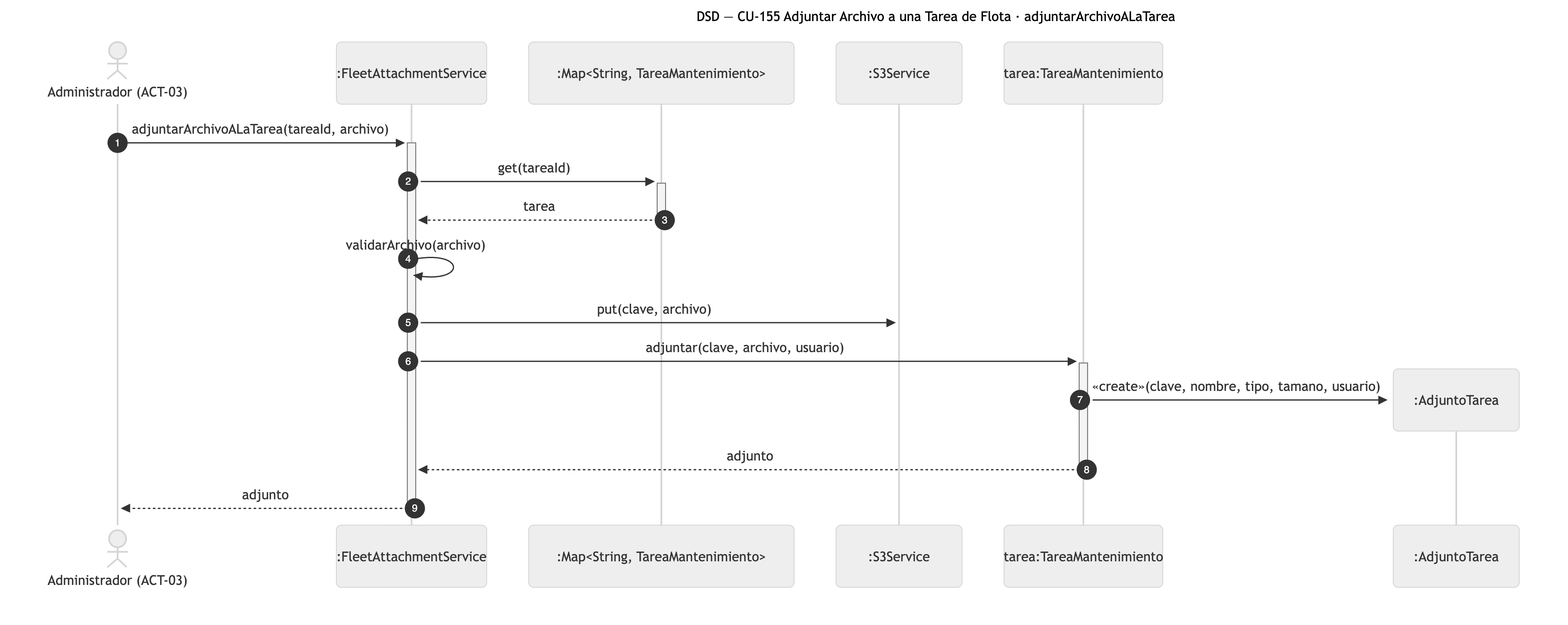
Above: diagramas/png/DSD_CU-155_adjuntarArchivoALaTarea.png in Nahuelito-Dev/splg-docs (Mermaid), before the change. Its source is kept beside it as diagramas/DSD_CU-155_adjuntarArchivoALaTarea.mmd. Its diagram source:
```mermaid
sequenceDiagram
    title DSD — CU-155 Adjuntar Archivo a una Tarea de Flota · adjuntarArchivoALaTarea
    autonumber
    actor ADM as Administrador (ACT-03)
    participant SRV as :FleetAttachmentService
    participant COL as :Map#lt;String, TareaMantenimiento#gt;
    participant S3 as :S3Service
    participant TAR as tarea:TareaMantenimiento

    ADM->>+SRV: adjuntarArchivoALaTarea(tareaId, archivo)
    SRV->>+COL: get(tareaId)
    COL-->>-SRV: tarea
    SRV->>SRV: validarArchivo(archivo)
    SRV->>S3: put(clave, archivo)
    SRV->>+TAR: adjuntar(clave, archivo, usuario)
    create participant ADJ as :AdjuntoTarea
    TAR->>ADJ: «create»(clave, nombre, tipo, tamano, usuario)
    TAR-->>-SRV: adjunto
    SRV-->>-ADM: adjunto
```
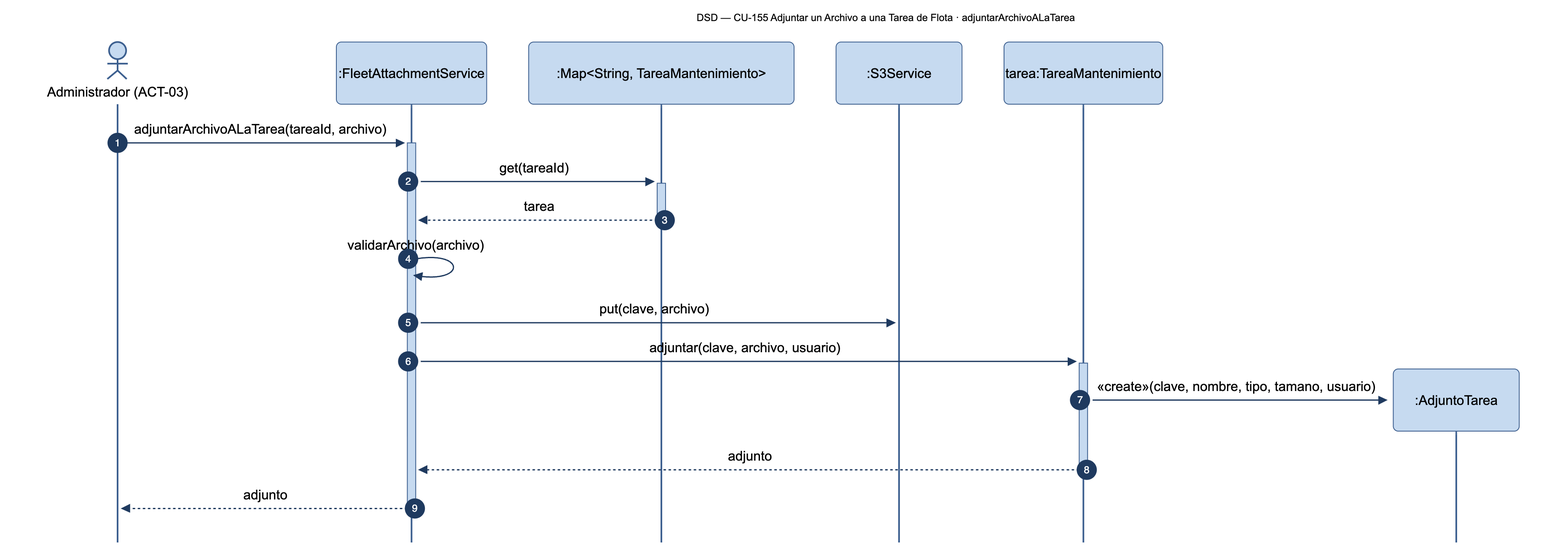
The same diagram one commit later.

The edit, as a diff of the source:
```diff
@@ -1,5 +1,5 @@
 sequenceDiagram
-    title DSD — CU-155 Adjuntar Archivo a una Tarea de Flota · adjuntarArchivoALaTarea
+    title DSD — CU-155 Adjuntar un Archivo a una Tarea de Flota · adjuntarArchivoALaTarea
     autonumber
     actor ADM as Administrador (ACT-03)
     participant SRV as :FleetAttachmentService
```
